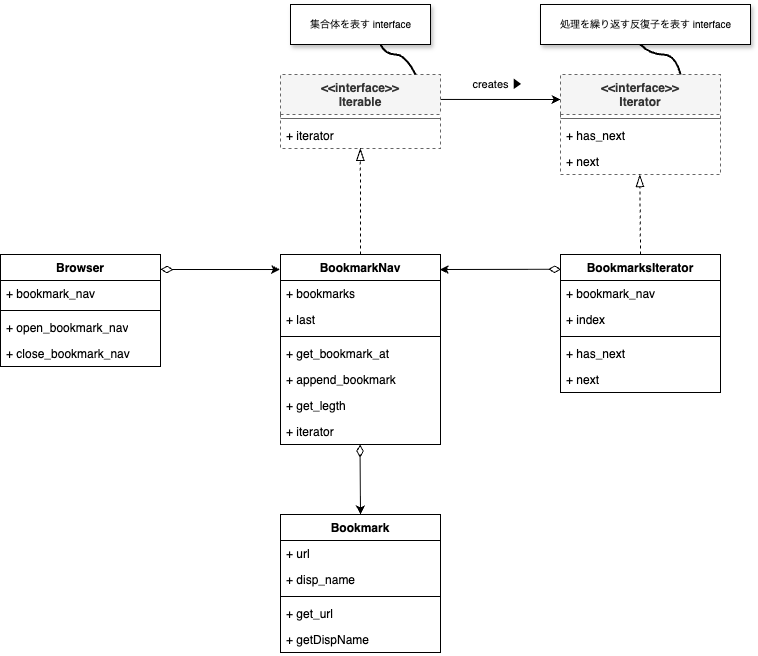
Above: uml/iterator.drawio.png in yamaga-shu/design-pattern-ruby (draw.io), before the change. Source tidied: cells renumbered, new cells last; positions are measured from the earlier drawing's top-left corner, leaving out a move shared by most shapes.
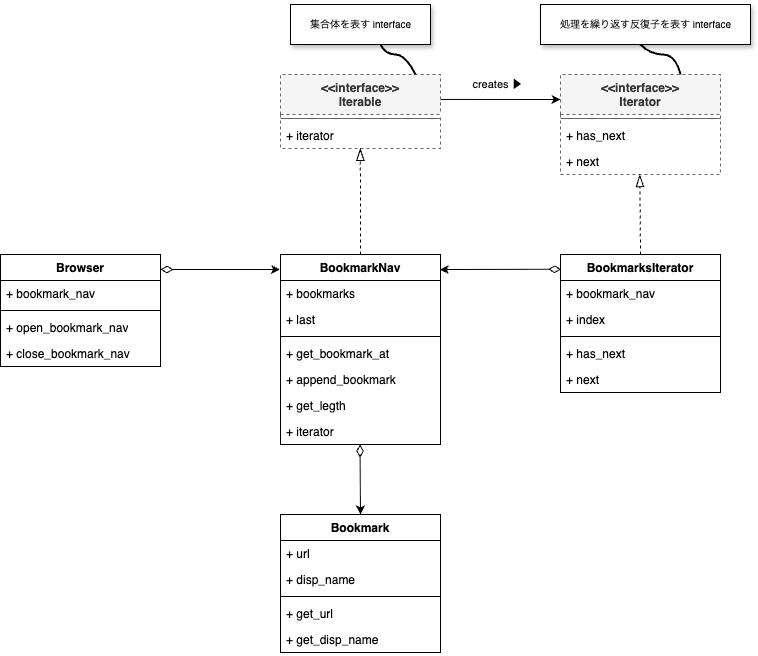
Above is the later version.

Diff of the diagram source:
```diff
@@ -80,7 +80,7 @@
     <mxCell id="27" value="+ get_url" style="text;strokeColor=none;fillColor=none;align=left;verticalAlign=top;spacingLeft=4;spacingRight=4;overflow=hidden;whiteSpace=wrap;html=1;" parent="23" vertex="1">
       <mxGeometry y="86" width="160" height="26" as="geometry" />
     </mxCell>
-    <mxCell id="28" value="+ getDispName" style="text;strokeColor=none;fillColor=none;align=left;verticalAlign=top;spacingLeft=4;spacingRight=4;overflow=hidden;whiteSpace=wrap;html=1;" parent="23" vertex="1">
+    <mxCell id="28" value="+ get_disp_name" style="text;strokeColor=none;fillColor=none;align=left;verticalAlign=top;spacingLeft=4;spacingRight=4;overflow=hidden;whiteSpace=wrap;html=1;" parent="23" vertex="1">
       <mxGeometry y="112" width="160" height="26" as="geometry" />
     </mxCell>
     <mxCell id="29" style="endArrow=classic;html=1;exitX=1.002;exitY=0.337;exitDx=0;exitDy=0;entryX=0;entryY=0.25;entryDx=0;entryDy=0;exitPerimeter=0;" parent="1" edge="1" source="2" target="5">
```
